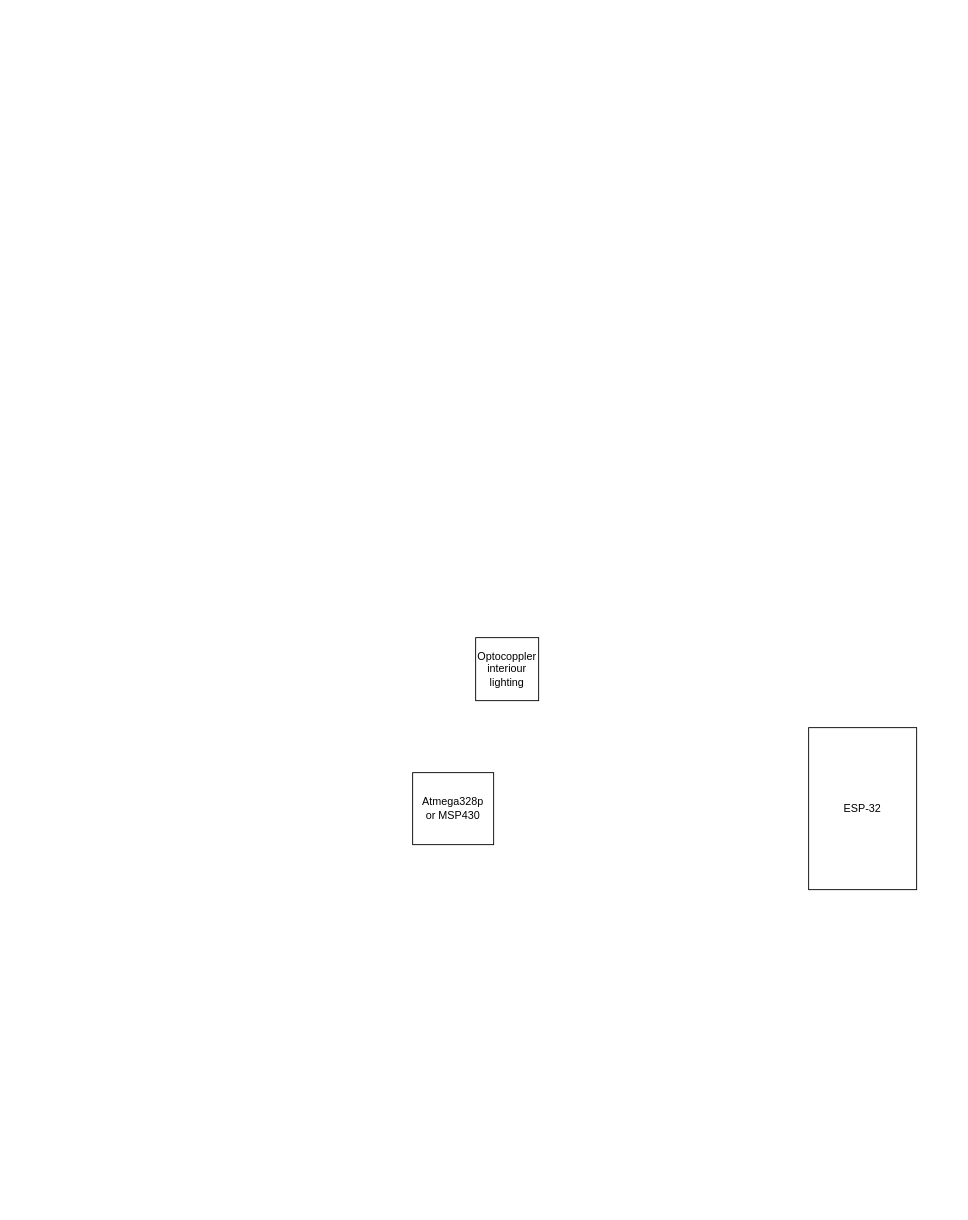
TheKerry/RV_main_pcb_ESP32 keeps this draw.io diagram as RV_main_pcb_ESP32_Block_diagramm.drawio. Above is the earlier version. Source tidied: cells renumbered, new cells numbered last; positions are measured from the earlier drawing's top-left corner, leaving out a move shared by most shapes. Both pictures are drawn from the tidied source at 90%, with x=0, y=0 at pixel (412, 637).
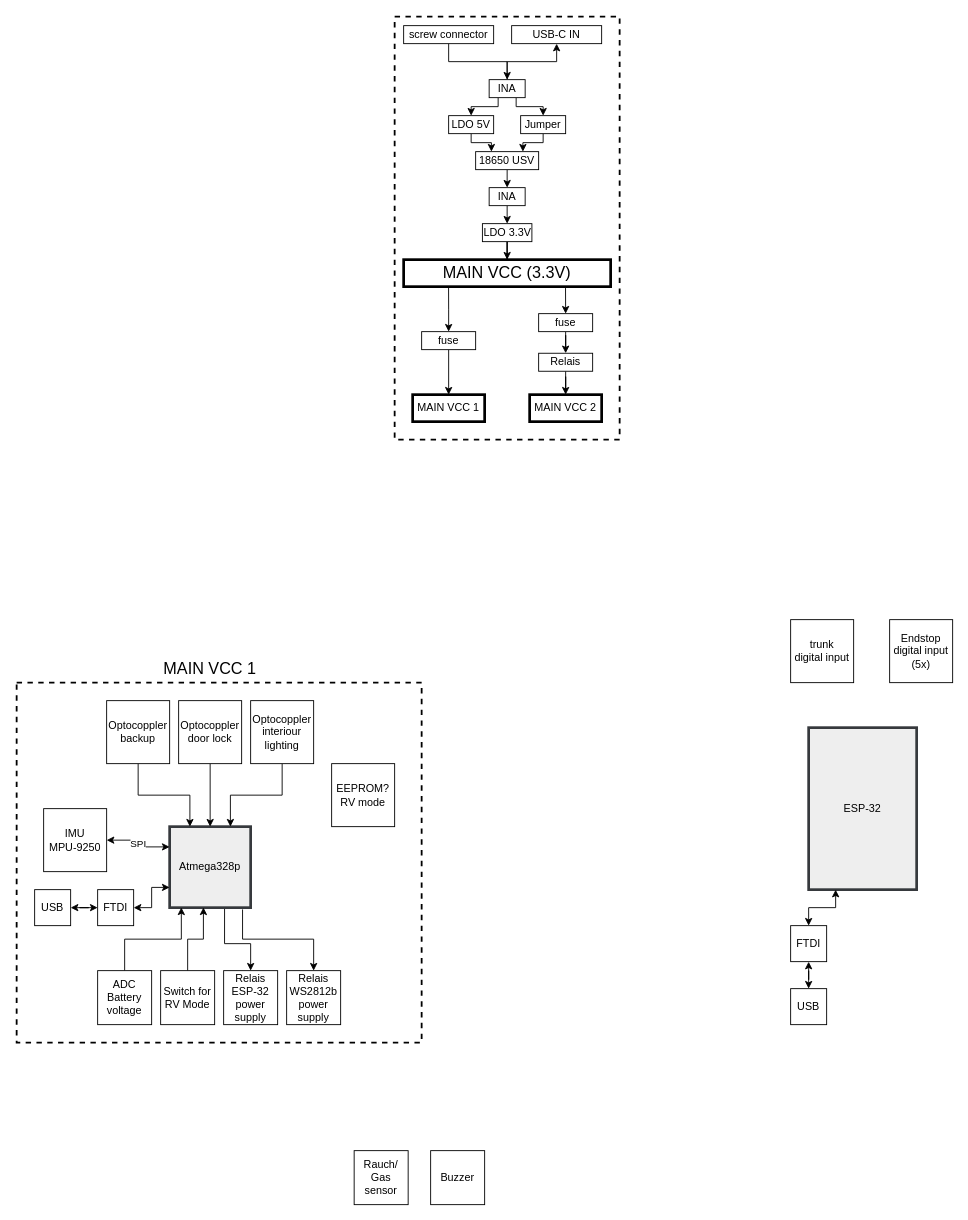
Above is the later version.

Diff of the diagram source:
```diff
@@
+    <mxCell id="5" style="rounded=0;whiteSpace=wrap;html=1;dashed=1;strokeWidth=2;fillColor=none;" parent="1" vertex="1">
+      <mxGeometry x="-20" y="-690" width="250" height="470" as="geometry" />
+    </mxCell>
+    <mxCell id="6" style="rounded=0;whiteSpace=wrap;html=1;dashed=1;strokeWidth=2;fillColor=none;" parent="1" vertex="1">
+      <mxGeometry x="-440" y="50" width="450" height="400" as="geometry" />
+    </mxCell>
-    <mxCell id="2" value="ESP-32" style="rounded=0;whiteSpace=wrap;html=1;" parent="1" vertex="1">
+    <mxCell id="2" value="ESP-32" style="rounded=0;whiteSpace=wrap;html=1;strokeWidth=3;fillColor=#eeeeee;strokeColor=#36393d;" parent="1" vertex="1">
       <mxGeometry x="440" y="100" width="120" height="180" as="geometry" />
     </mxCell>
-    <mxCell id="3" value="Atmega328p&lt;br&gt;or MSP430" style="rounded=0;whiteSpace=wrap;html=1;" parent="1" vertex="1">
-      <mxGeometry y="150" width="90" height="80" as="geometry" />
+    <mxCell id="3" value="Atmega328p" style="rounded=0;whiteSpace=wrap;html=1;fillColor=#eeeeee;strokeColor=#36393d;strokeWidth=3;" parent="1" vertex="1">
+      <mxGeometry x="-270" y="210" width="90" height="90" as="geometry" />
     </mxCell>
+    <mxCell id="7" style="edgeStyle=orthogonalEdgeStyle;rounded=0;jettySize=auto;html=1;exitX=0.5;exitY=1;exitDx=0;exitDy=0;entryX=0.75;entryY=0;entryDx=0;entryDy=0;" parent="1" edge="1" source="4" target="3">
+      <mxGeometry relative="1" as="geometry" />
+    </mxCell>
     <mxCell id="4" value="Optocoppler interiour lighting" style="rounded=0;whiteSpace=wrap;html=1;" parent="1" vertex="1">
-      <mxGeometry x="70" width="70" height="70" as="geometry" />
+      <mxGeometry x="-180" y="70" width="70" height="70" as="geometry" />
     </mxCell>
+    <mxCell id="8" style="edgeStyle=orthogonalEdgeStyle;rounded=0;jettySize=auto;html=1;exitX=0.5;exitY=1;exitDx=0;exitDy=0;entryX=0.5;entryY=0;entryDx=0;entryDy=0;" parent="1" edge="1" source="9" target="3">
+      <mxGeometry relative="1" as="geometry" />
+    </mxCell>
+    <mxCell id="9" value="Optocoppler door lock" style="rounded=0;whiteSpace=wrap;html=1;" parent="1" vertex="1">
+      <mxGeometry x="-260" y="70" width="70" height="70" as="geometry" />
+    </mxCell>
+    <mxCell id="10" style="edgeStyle=orthogonalEdgeStyle;rounded=0;jettySize=auto;html=1;exitX=0.5;exitY=1;exitDx=0;exitDy=0;entryX=0.25;entryY=0;entryDx=0;entryDy=0;" parent="1" edge="1" source="11" target="3">
+      <mxGeometry relative="1" as="geometry" />
+    </mxCell>
+    <mxCell id="11" value="Optocoppler backup" style="rounded=0;whiteSpace=wrap;html=1;" parent="1" vertex="1">
+      <mxGeometry x="-340" y="70" width="70" height="70" as="geometry" />
+    </mxCell>
+    <mxCell id="12" value="trunk&lt;br&gt;digital input" style="rounded=0;whiteSpace=wrap;html=1;" parent="1" vertex="1">
+      <mxGeometry x="420" y="-20" width="70" height="70" as="geometry" />
+    </mxCell>
+    <mxCell id="13" style="edgeStyle=orthogonalEdgeStyle;rounded=0;jettySize=auto;html=1;exitX=0.5;exitY=0;exitDx=0;exitDy=0;entryX=0.144;entryY=0.997;entryDx=0;entryDy=0;entryPerimeter=0;startArrow=none;startFill=0;endArrow=classic;endFill=1;" parent="1" edge="1" source="14" target="3">
+      <mxGeometry relative="1" as="geometry" />
+    </mxCell>
+    <mxCell id="14" value="ADC&lt;br&gt;Battery voltage" style="rounded=0;whiteSpace=wrap;html=1;" parent="1" vertex="1">
+      <mxGeometry x="-350" y="370" width="60" height="60" as="geometry" />
+    </mxCell>
+    <mxCell id="15" value="SPI" style="edgeStyle=orthogonalEdgeStyle;rounded=0;jettySize=auto;html=1;exitX=1;exitY=0.5;exitDx=0;exitDy=0;entryX=0;entryY=0.25;entryDx=0;entryDy=0;startArrow=classic;startFill=1;" parent="1" edge="1" source="16" target="3">
+      <mxGeometry relative="1" as="geometry" />
+    </mxCell>
+    <mxCell id="16" value="IMU&lt;br&gt;MPU-9250" style="rounded=0;whiteSpace=wrap;html=1;" parent="1" vertex="1">
+      <mxGeometry x="-410" y="190" width="70" height="70" as="geometry" />
+    </mxCell>
+    <mxCell id="17" style="edgeStyle=orthogonalEdgeStyle;rounded=0;jettySize=auto;html=1;exitX=1;exitY=0.5;exitDx=0;exitDy=0;entryX=0;entryY=0.75;entryDx=0;entryDy=0;startArrow=classic;startFill=1;" parent="1" edge="1" source="19" target="3">
+      <mxGeometry relative="1" as="geometry" />
+    </mxCell>
+    <mxCell id="18" style="edgeStyle=orthogonalEdgeStyle;rounded=0;jettySize=auto;html=1;startArrow=classic;startFill=1;" parent="1" edge="1" source="19" target="20">
+      <mxGeometry relative="1" as="geometry" />
+    </mxCell>
+    <mxCell id="19" value="FTDI" style="rounded=0;whiteSpace=wrap;html=1;" parent="1" vertex="1">
+      <mxGeometry x="-350" y="280" width="40" height="40" as="geometry" />
+    </mxCell>
+    <mxCell id="20" value="USB" style="rounded=0;whiteSpace=wrap;html=1;" parent="1" vertex="1">
+      <mxGeometry x="-420" y="280" width="40" height="40" as="geometry" />
+    </mxCell>
+    <mxCell id="21" style="edgeStyle=orthogonalEdgeStyle;rounded=0;jettySize=auto;html=1;exitX=0.5;exitY=0;exitDx=0;exitDy=0;entryX=0.678;entryY=1.016;entryDx=0;entryDy=0;entryPerimeter=0;startArrow=classic;startFill=1;endArrow=none;endFill=0;" parent="1" edge="1" source="22" target="3">
+      <mxGeometry relative="1" as="geometry">
+        <Array as="points">
+          <mxPoint x="-180" y="340" />
+          <mxPoint x="-209" y="340" />
+        </Array>
+      </mxGeometry>
+    </mxCell>
+    <mxCell id="22" value="Relais&lt;br&gt;ESP-32&lt;br&gt;power supply" style="rounded=0;whiteSpace=wrap;html=1;" parent="1" vertex="1">
+      <mxGeometry x="-210" y="370" width="60" height="60" as="geometry" />
+    </mxCell>
+    <mxCell id="23" style="edgeStyle=orthogonalEdgeStyle;rounded=0;jettySize=auto;html=1;exitX=0.5;exitY=0;exitDx=0;exitDy=0;entryX=0.9;entryY=1.022;entryDx=0;entryDy=0;entryPerimeter=0;startArrow=classic;startFill=1;endArrow=none;endFill=0;" parent="1" edge="1" source="24" target="3">
+      <mxGeometry relative="1" as="geometry" />
+    </mxCell>
+    <mxCell id="24" value="Relais&lt;br&gt;WS2812b&lt;br&gt;power supply" style="rounded=0;whiteSpace=wrap;html=1;" parent="1" vertex="1">
+      <mxGeometry x="-140" y="370" width="60" height="60" as="geometry" />
+    </mxCell>
+    <mxCell id="25" value="EEPROM?&lt;br&gt;RV mode" style="rounded=0;whiteSpace=wrap;html=1;" parent="1" vertex="1">
+      <mxGeometry x="-90" y="140" width="70" height="70" as="geometry" />
+    </mxCell>
+    <mxCell id="26" style="edgeStyle=orthogonalEdgeStyle;rounded=0;jettySize=auto;html=1;exitX=0.5;exitY=0;exitDx=0;exitDy=0;entryX=0.25;entryY=1;entryDx=0;entryDy=0;startArrow=classic;startFill=1;endArrow=classic;endFill=1;" parent="1" edge="1" source="27" target="2">
+      <mxGeometry relative="1" as="geometry" />
+    </mxCell>
+    <mxCell id="27" value="FTDI" style="rounded=0;whiteSpace=wrap;html=1;" parent="1" vertex="1">
+      <mxGeometry x="420" y="320" width="40" height="40" as="geometry" />
+    </mxCell>
+    <mxCell id="28" style="edgeStyle=orthogonalEdgeStyle;rounded=0;jettySize=auto;html=1;startArrow=classic;startFill=1;endArrow=classic;endFill=1;" parent="1" edge="1" source="29" target="27">
+      <mxGeometry relative="1" as="geometry" />
+    </mxCell>
+    <mxCell id="29" value="USB" style="rounded=0;whiteSpace=wrap;html=1;" parent="1" vertex="1">
+      <mxGeometry x="420" y="390" width="40" height="40" as="geometry" />
+    </mxCell>
+    <mxCell id="30" value="&lt;font style=&quot;font-size: 18px&quot;&gt;MAIN VCC 1&lt;/font&gt;" style="text;html=1;strokeColor=none;fillColor=none;align=center;verticalAlign=middle;whiteSpace=wrap;rounded=0;dashed=1;strokeWidth=3;" parent="1" vertex="1">
+      <mxGeometry x="-295" y="20" width="140" height="30" as="geometry" />
+    </mxCell>
+    <mxCell id="31" style="edgeStyle=orthogonalEdgeStyle;rounded=0;jettySize=auto;html=1;exitX=0.5;exitY=0;exitDx=0;exitDy=0;startArrow=classic;startFill=1;endArrow=none;endFill=0;" parent="1" edge="1" source="32" target="46">
+      <mxGeometry relative="1" as="geometry" />
+    </mxCell>
+    <mxCell id="32" value="&lt;span style=&quot;font-size: 18px&quot;&gt;MAIN VCC (3.3V)&lt;/span&gt;" style="rounded=0;whiteSpace=wrap;html=1;strokeWidth=3;" parent="1" vertex="1">
+      <mxGeometry x="-10" y="-420" width="230" height="30" as="geometry" />
+    </mxCell>
+    <mxCell id="33" style="edgeStyle=orthogonalEdgeStyle;rounded=0;jettySize=auto;html=1;exitX=0.5;exitY=0;exitDx=0;exitDy=0;entryX=0.217;entryY=1.044;entryDx=0;entryDy=0;entryPerimeter=0;startArrow=classic;startFill=1;endArrow=none;endFill=0;" parent="1" edge="1" source="35" target="32">
+      <mxGeometry relative="1" as="geometry" />
+    </mxCell>
+    <mxCell id="34" style="edgeStyle=orthogonalEdgeStyle;rounded=0;jettySize=auto;html=1;exitX=0.5;exitY=1;exitDx=0;exitDy=0;entryX=0.5;entryY=0;entryDx=0;entryDy=0;startArrow=none;startFill=0;endArrow=classic;endFill=1;" parent="1" edge="1" source="35" target="39">
+      <mxGeometry relative="1" as="geometry" />
+    </mxCell>
+    <mxCell id="35" value="fuse" style="rounded=0;whiteSpace=wrap;html=1;" parent="1" vertex="1">
+      <mxGeometry x="10" y="-340" width="60" height="20" as="geometry" />
+    </mxCell>
+    <mxCell id="36" style="edgeStyle=orthogonalEdgeStyle;rounded=0;jettySize=auto;html=1;exitX=0.5;exitY=0;exitDx=0;exitDy=0;entryX=0.782;entryY=1.052;entryDx=0;entryDy=0;entryPerimeter=0;startArrow=classic;startFill=1;endArrow=none;endFill=0;" parent="1" edge="1" source="38" target="32">
+      <mxGeometry relative="1" as="geometry" />
+    </mxCell>
+    <mxCell id="37" style="edgeStyle=orthogonalEdgeStyle;rounded=0;jettySize=auto;html=1;startArrow=none;startFill=0;endArrow=classic;endFill=1;" parent="1" edge="1" source="38" target="42">
+      <mxGeometry relative="1" as="geometry" />
+    </mxCell>
+    <mxCell id="38" value="fuse" style="rounded=0;whiteSpace=wrap;html=1;" parent="1" vertex="1">
+      <mxGeometry x="140" y="-360" width="60" height="20" as="geometry" />
+    </mxCell>
+    <mxCell id="39" value="MAIN VCC 1" style="rounded=0;whiteSpace=wrap;html=1;strokeWidth=3;" parent="1" vertex="1">
+      <mxGeometry y="-270" width="80" height="30" as="geometry" />
+    </mxCell>
+    <mxCell id="40" value="MAIN VCC 2" style="rounded=0;whiteSpace=wrap;html=1;strokeWidth=3;" parent="1" vertex="1">
+      <mxGeometry x="130" y="-270" width="80" height="30" as="geometry" />
+    </mxCell>
+    <mxCell id="41" style="edgeStyle=orthogonalEdgeStyle;rounded=0;jettySize=auto;html=1;startArrow=none;startFill=0;endArrow=classic;endFill=1;" parent="1" edge="1" source="42" target="40">
+      <mxGeometry relative="1" as="geometry" />
+    </mxCell>
+    <mxCell id="42" value="Relais" style="rounded=0;whiteSpace=wrap;html=1;" parent="1" vertex="1">
+      <mxGeometry x="140" y="-316" width="60" height="20" as="geometry" />
+    </mxCell>
+    <mxCell id="43" style="edgeStyle=orthogonalEdgeStyle;rounded=0;jettySize=auto;html=1;exitX=0.5;exitY=1;exitDx=0;exitDy=0;entryX=0.5;entryY=0;entryDx=0;entryDy=0;startArrow=none;startFill=0;endArrow=classic;endFill=1;" parent="1" edge="1" source="44" target="50">
+      <mxGeometry relative="1" as="geometry" />
+    </mxCell>
+    <mxCell id="44" value="screw connector" style="rounded=0;whiteSpace=wrap;html=1;" parent="1" vertex="1">
+      <mxGeometry x="-10" y="-680" width="100" height="20" as="geometry" />
+    </mxCell>
+    <mxCell id="45" value="USB-C IN" style="rounded=0;whiteSpace=wrap;html=1;" parent="1" vertex="1">
+      <mxGeometry x="110" y="-680" width="100" height="20" as="geometry" />
+    </mxCell>
+    <mxCell id="46" value="LDO 3.3V" style="rounded=0;whiteSpace=wrap;html=1;" parent="1" vertex="1">
+      <mxGeometry x="77.5" y="-460" width="55" height="20" as="geometry" />
+    </mxCell>
+    <mxCell id="47" style="edgeStyle=orthogonalEdgeStyle;rounded=0;jettySize=auto;html=1;exitX=0.5;exitY=0;exitDx=0;exitDy=0;entryX=0.5;entryY=1;entryDx=0;entryDy=0;startArrow=none;startFill=0;endArrow=classic;endFill=1;" parent="1" edge="1" source="50" target="45">
+      <mxGeometry relative="1" as="geometry" />
+    </mxCell>
+    <mxCell id="48" style="edgeStyle=orthogonalEdgeStyle;rounded=0;jettySize=auto;html=1;exitX=0.25;exitY=1;exitDx=0;exitDy=0;entryX=0.5;entryY=0;entryDx=0;entryDy=0;startArrow=none;startFill=0;endArrow=classic;endFill=1;" parent="1" edge="1" source="50" target="59">
+      <mxGeometry relative="1" as="geometry">
+        <Array as="points">
+          <mxPoint x="95" y="-590" />
+          <mxPoint x="65" y="-590" />
+        </Array>
+      </mxGeometry>
+    </mxCell>
+    <mxCell id="49" style="edgeStyle=orthogonalEdgeStyle;rounded=0;jettySize=auto;html=1;exitX=0.75;exitY=1;exitDx=0;exitDy=0;entryX=0.5;entryY=0;entryDx=0;entryDy=0;startArrow=none;startFill=0;endArrow=classic;endFill=1;" parent="1" edge="1" source="50" target="63">
+      <mxGeometry relative="1" as="geometry">
+        <Array as="points">
+          <mxPoint x="115" y="-590" />
+          <mxPoint x="145" y="-590" />
+        </Array>
+      </mxGeometry>
+    </mxCell>
+    <mxCell id="50" value="INA" style="rounded=0;whiteSpace=wrap;html=1;" parent="1" vertex="1">
+      <mxGeometry x="85" y="-620" width="40" height="20" as="geometry" />
+    </mxCell>
+    <mxCell id="51" value="Endstop&lt;br&gt;digital input&lt;br&gt;(5x)" style="rounded=0;whiteSpace=wrap;html=1;" parent="1" vertex="1">
+      <mxGeometry x="530" y="-20" width="70" height="70" as="geometry" />
+    </mxCell>
+    <mxCell id="52" value="Rauch/ Gas sensor" style="rounded=0;whiteSpace=wrap;html=1;" parent="1" vertex="1">
+      <mxGeometry x="-65" y="570" width="60" height="60" as="geometry" />
+    </mxCell>
+    <mxCell id="53" value="Buzzer" style="rounded=0;whiteSpace=wrap;html=1;" parent="1" vertex="1">
+      <mxGeometry x="20" y="570" width="60" height="60" as="geometry" />
+    </mxCell>
+    <mxCell id="54" style="edgeStyle=orthogonalEdgeStyle;rounded=0;jettySize=auto;html=1;exitX=0.5;exitY=0;exitDx=0;exitDy=0;entryX=0.417;entryY=0.997;entryDx=0;entryDy=0;entryPerimeter=0;startArrow=none;startFill=0;endArrow=classic;endFill=1;" parent="1" edge="1" source="55" target="3">
+      <mxGeometry relative="1" as="geometry" />
+    </mxCell>
+    <mxCell id="55" value="Switch for RV Mode" style="rounded=0;whiteSpace=wrap;html=1;" parent="1" vertex="1">
+      <mxGeometry x="-280" y="370" width="60" height="60" as="geometry" />
+    </mxCell>
+    <mxCell id="56" style="edgeStyle=orthogonalEdgeStyle;rounded=0;jettySize=auto;html=1;exitX=0.5;exitY=1;exitDx=0;exitDy=0;entryX=0.5;entryY=0;entryDx=0;entryDy=0;startArrow=none;startFill=0;endArrow=classic;endFill=1;" parent="1" edge="1" source="57" target="46">
+      <mxGeometry relative="1" as="geometry" />
+    </mxCell>
+    <mxCell id="57" value="INA" style="rounded=0;whiteSpace=wrap;html=1;" parent="1" vertex="1">
+      <mxGeometry x="85" y="-500" width="40" height="20" as="geometry" />
+    </mxCell>
+    <mxCell id="58" style="edgeStyle=orthogonalEdgeStyle;rounded=0;jettySize=auto;html=1;exitX=0.5;exitY=1;exitDx=0;exitDy=0;entryX=0.25;entryY=0;entryDx=0;entryDy=0;startArrow=none;startFill=0;endArrow=classic;endFill=1;" parent="1" edge="1" source="59" target="61">
+      <mxGeometry relative="1" as="geometry">
+        <Array as="points">
+          <mxPoint x="65" y="-550" />
+          <mxPoint x="88" y="-550" />
+        </Array>
+      </mxGeometry>
+    </mxCell>
+    <mxCell id="59" value="LDO 5V" style="rounded=0;whiteSpace=wrap;html=1;" parent="1" vertex="1">
+      <mxGeometry x="40" y="-580" width="50" height="20" as="geometry" />
+    </mxCell>
+    <mxCell id="60" style="edgeStyle=orthogonalEdgeStyle;rounded=0;jettySize=auto;html=1;exitX=0.5;exitY=1;exitDx=0;exitDy=0;entryX=0.5;entryY=0;entryDx=0;entryDy=0;startArrow=none;startFill=0;endArrow=classic;endFill=1;" parent="1" edge="1" source="61" target="57">
+      <mxGeometry relative="1" as="geometry" />
+    </mxCell>
+    <mxCell id="61" value="18650 USV" style="rounded=0;whiteSpace=wrap;html=1;" parent="1" vertex="1">
+      <mxGeometry x="70" y="-540" width="70" height="20" as="geometry" />
+    </mxCell>
+    <mxCell id="62" style="edgeStyle=orthogonalEdgeStyle;rounded=0;jettySize=auto;html=1;exitX=0.5;exitY=1;exitDx=0;exitDy=0;entryX=0.75;entryY=0;entryDx=0;entryDy=0;startArrow=none;startFill=0;endArrow=classic;endFill=1;" parent="1" edge="1" source="63" target="61">
+      <mxGeometry relative="1" as="geometry">
+        <Array as="points">
+          <mxPoint x="145" y="-550" />
+          <mxPoint x="123" y="-550" />
+        </Array>
+      </mxGeometry>
+    </mxCell>
+    <mxCell id="63" value="Jumper" style="rounded=0;whiteSpace=wrap;html=1;" parent="1" vertex="1">
+      <mxGeometry x="120" y="-580" width="50" height="20" as="geometry" />
+    </mxCell>
```
